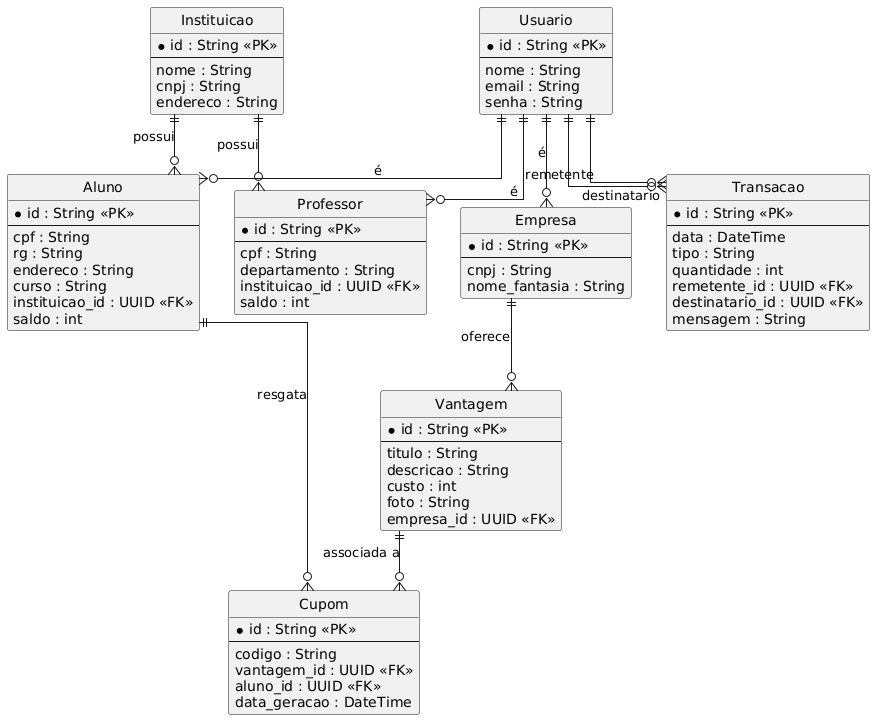
Before: project/img/er.png, a diagram exported from PlantUML (hegdt/lds-3). Source of this version:
```plantuml
@startuml
hide circle
skinparam linetype ortho

entity Usuario {
  * id : String <<PK>>
  --
  nome : String
  email : String
  senha : String
}

entity Aluno {
  * id : String <<PK>>
  --
  cpf : String
  rg : String
  endereco : String
  curso : String
  instituicao_id : UUID <<FK>>
  saldo : int
}

entity Professor {
  * id : String <<PK>>
  --
  cpf : String
  departamento : String
  instituicao_id : UUID <<FK>>
  saldo : int
}

entity Empresa {
  * id : String <<PK>>
  --
  cnpj : String
  nome_fantasia : String
}

entity Instituicao {
  * id : String <<PK>>
  --
  nome : String
  cnpj : String
  endereco : String
}

entity Vantagem {
  * id : String <<PK>>
  --
  titulo : String
  descricao : String
  custo : int
  foto : String
  empresa_id : UUID <<FK>>
}

entity Transacao {
  * id : String <<PK>>
  --
  data : DateTime
  tipo : String
  quantidade : int
  remetente_id : UUID <<FK>>
  destinatario_id : UUID <<FK>>
  mensagem : String
}

entity Cupom {
  * id : String <<PK>>
  --
  codigo : String
  vantagem_id : UUID <<FK>>
  aluno_id : UUID <<FK>>
  data_geracao : DateTime
}

Usuario ||--o{ Aluno : "é"
Usuario ||--o{ Professor : "é"
Usuario ||--o{ Empresa : "é"

Instituicao ||--o{ Aluno : "possui"
Instituicao ||--o{ Professor : "possui"

Empresa ||--o{ Vantagem : "oferece"

Aluno ||--o{ Cupom : "resgata"
Vantagem ||--o{ Cupom : "associada a"

Usuario ||--o{ Transacao : "remetente"
Usuario ||--o{ Transacao : "destinatario"
@enduml
```
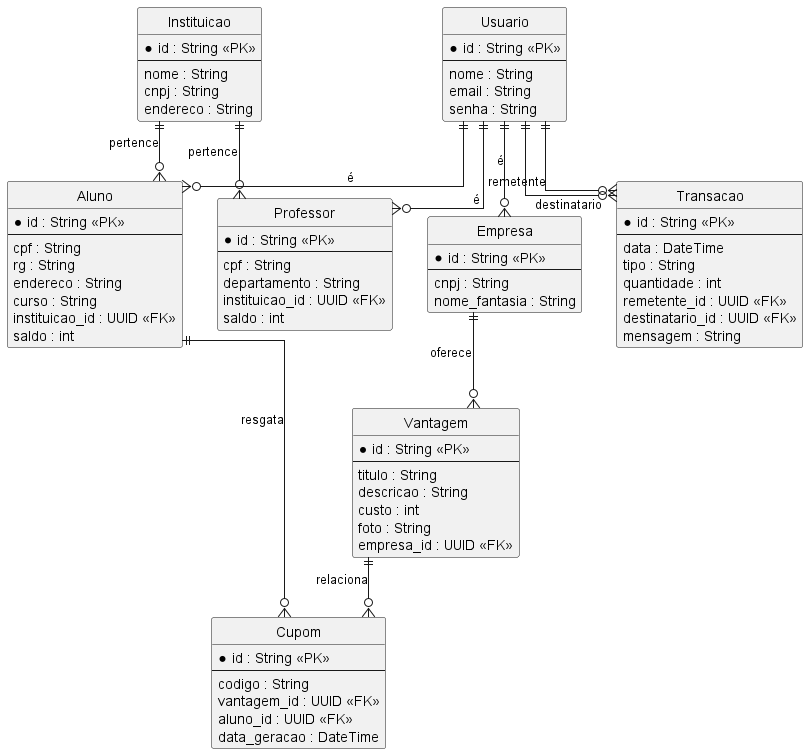
The same file after the commit.

Diff of the diagram source:
```diff
@@ -79,13 +79,12 @@
 Usuario ||--o{ Professor : "é"
 Usuario ||--o{ Empresa : "é"
 
-Instituicao ||--o{ Aluno : "possui"
-Instituicao ||--o{ Professor : "possui"
+Instituicao ||--o{ Aluno : "pertence"
+Instituicao ||--o{ Professor : "pertence"
 
 Empresa ||--o{ Vantagem : "oferece"
-
+Vantagem ||--o{ Cupom : "relaciona"
 Aluno ||--o{ Cupom : "resgata"
-Vantagem ||--o{ Cupom : "associada a"
 
 Usuario ||--o{ Transacao : "remetente"
 Usuario ||--o{ Transacao : "destinatario"
```
